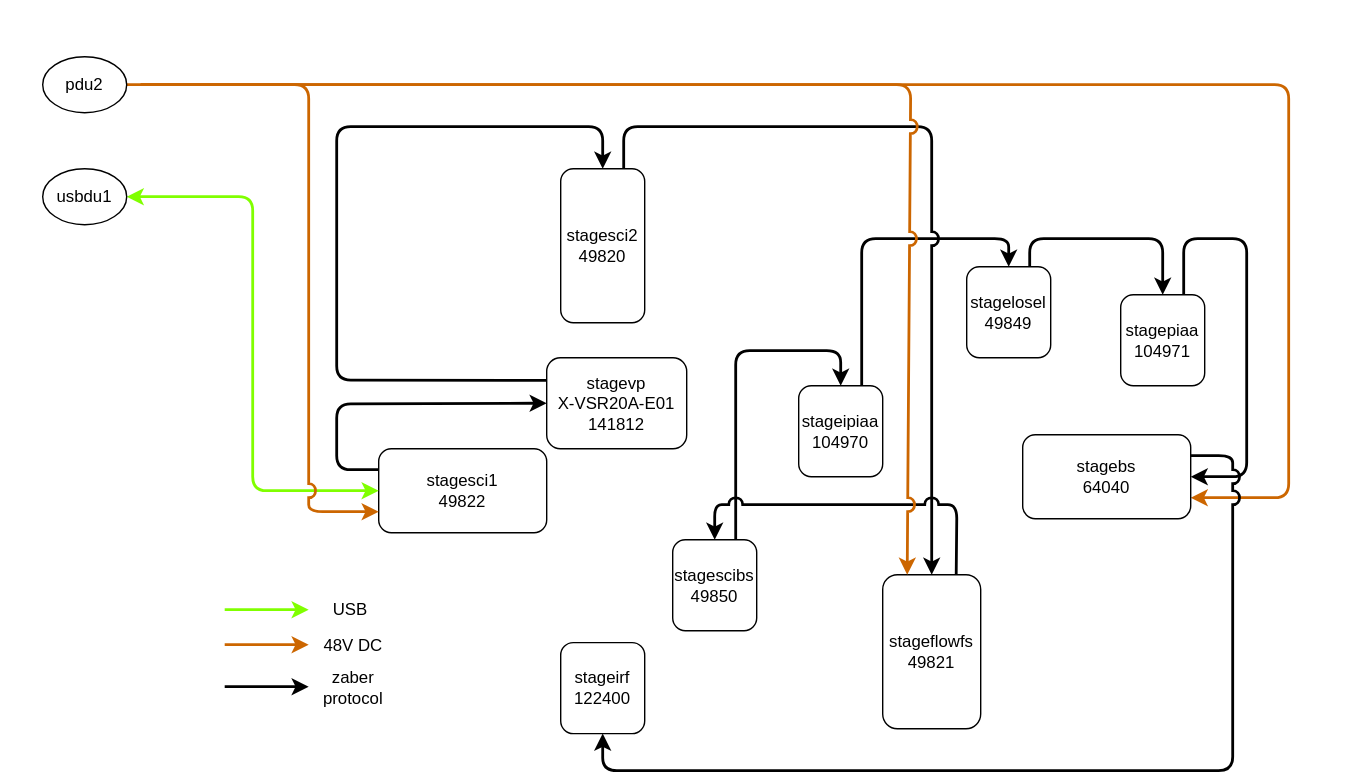
Before: maintenance/electronics/figures/zaber_connections.svg, a diagram exported from draw.io (magao-x/handbook). Source tidied: cells renumbered, new cells last; positions are measured from the earlier drawing's top-left corner, leaving out a move shared by most shapes.
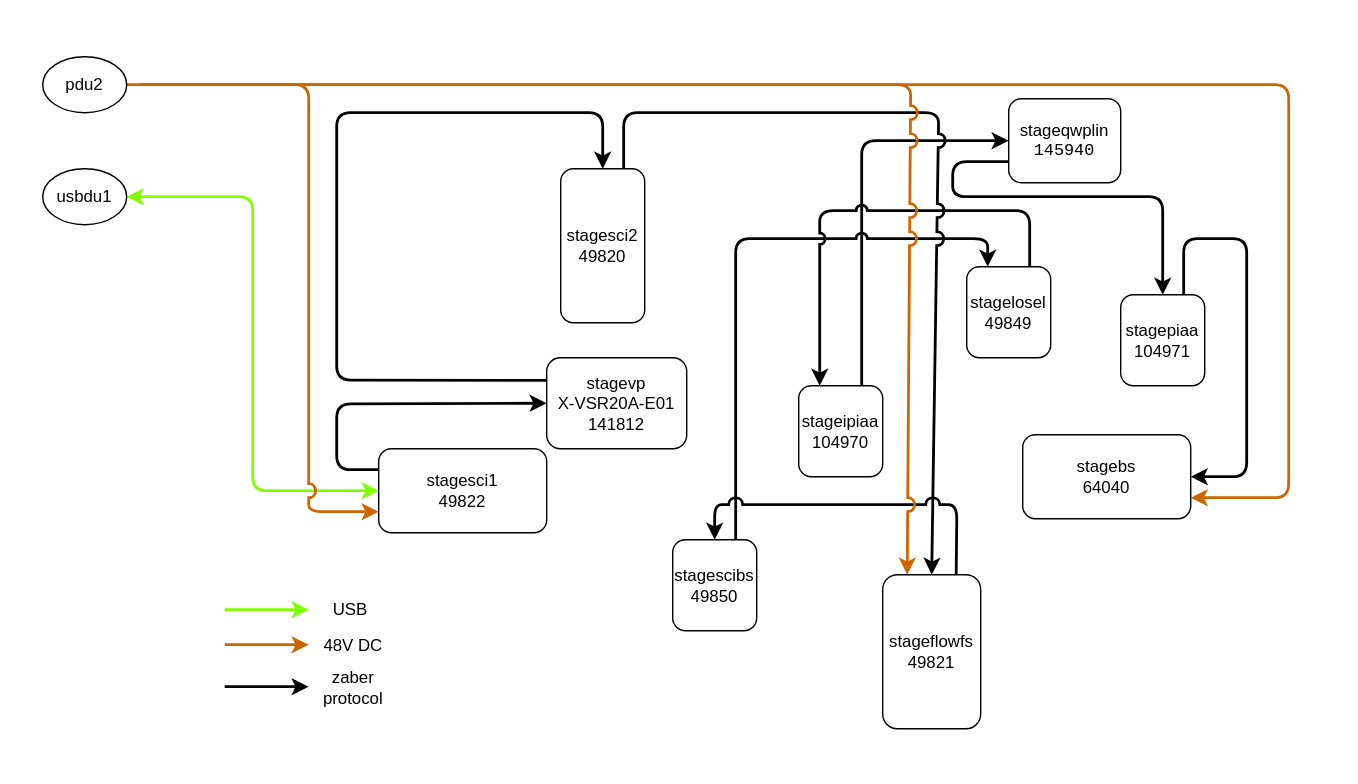
The same diagram one commit later.

Commit message:
updated zaber diagram

What changed in the source:
```diff
@@ -23,42 +23,42 @@
       <mxGeometry relative="1" as="geometry">
         <Array as="points">
           <mxPoint x="240" y="271" />
-          <mxPoint x="240" y="90" />
-          <mxPoint x="330" y="90" />
-          <mxPoint x="430" y="90" />
+          <mxPoint x="240" y="80" />
+          <mxPoint x="430" y="80" />
         </Array>
       </mxGeometry>
     </mxCell>
     <mxCell id="7" value="stageflowfs&lt;div&gt;&lt;font style=&quot;color: light-dark(rgb(0, 0, 0), rgb(0, 0, 0));&quot;&gt;49821&lt;/font&gt;&lt;/div&gt;" style="rounded=1;whiteSpace=wrap;html=1;strokeColor=light-dark(#000000,#000000);fontColor=light-dark(#000000,#000000);fillColor=light-dark(#FFFFFF,#FFFFFF);" parent="1" vertex="1">
       <mxGeometry x="630" y="410" width="70" height="110" as="geometry" />
     </mxCell>
-    <mxCell id="8" style="edgeStyle=none;html=1;exitX=0.75;exitY=0;exitDx=0;exitDy=0;entryX=0.5;entryY=0;entryDx=0;entryDy=0;jumpStyle=arc;jumpSize=8;strokeWidth=2;strokeColor=light-dark(#000000,#000000);" parent="1" edge="1" source="9" target="13">
+    <mxCell id="8" style="edgeStyle=none;html=1;exitX=0.75;exitY=0;exitDx=0;exitDy=0;entryX=0;entryY=0.5;entryDx=0;entryDy=0;jumpStyle=arc;jumpSize=8;strokeWidth=2;strokeColor=light-dark(#000000,#000000);" parent="1" edge="1" source="9" target="34">
       <mxGeometry relative="1" as="geometry">
         <Array as="points">
           <mxPoint x="615" y="170" />
-          <mxPoint x="720" y="170" />
+          <mxPoint x="615" y="100" />
         </Array>
       </mxGeometry>
     </mxCell>
     <mxCell id="9" value="stageipiaa&lt;div&gt;&lt;font style=&quot;color: light-dark(rgb(0, 0, 0), rgb(0, 0, 0));&quot;&gt;104970&lt;/font&gt;&lt;/div&gt;" style="rounded=1;whiteSpace=wrap;html=1;strokeColor=light-dark(#000000,#000000);fontColor=light-dark(#000000,#000000);fillColor=light-dark(#FFFFFF,#FFFFFF);" parent="1" vertex="1">
       <mxGeometry x="570" y="275" width="60" height="65" as="geometry" />
     </mxCell>
-    <mxCell id="10" style="edgeStyle=none;html=1;exitX=0.75;exitY=0;exitDx=0;exitDy=0;entryX=0.5;entryY=0;entryDx=0;entryDy=0;strokeWidth=2;strokeColor=light-dark(#000000,#000000);" parent="1" edge="1" source="11" target="9">
+    <mxCell id="10" style="edgeStyle=none;html=1;exitX=0.75;exitY=0;exitDx=0;exitDy=0;entryX=0.25;entryY=0;entryDx=0;entryDy=0;strokeWidth=2;strokeColor=light-dark(#000000,#000000);jumpStyle=arc;" parent="1" edge="1" source="11" target="13">
       <mxGeometry relative="1" as="geometry">
         <Array as="points">
           <mxPoint x="525" y="250" />
-          <mxPoint x="600" y="250" />
+          <mxPoint x="525" y="170" />
+          <mxPoint x="705" y="170" />
         </Array>
       </mxGeometry>
     </mxCell>
     <mxCell id="11" value="stagescibs&lt;div&gt;&lt;font style=&quot;color: light-dark(rgb(0, 0, 0), rgb(0, 0, 0));&quot;&gt;49850&lt;/font&gt;&lt;/div&gt;" style="rounded=1;whiteSpace=wrap;html=1;strokeColor=light-dark(#000000,#000000);fontColor=light-dark(#000000,#000000);fillColor=light-dark(#FFFFFF,#FFFFFF);" parent="1" vertex="1">
       <mxGeometry x="480" y="385" width="60" height="65" as="geometry" />
     </mxCell>
-    <mxCell id="12" style="edgeStyle=none;html=1;exitX=0.75;exitY=0;exitDx=0;exitDy=0;entryX=0.5;entryY=0;entryDx=0;entryDy=0;strokeWidth=2;strokeColor=light-dark(#000000,#000000);" parent="1" edge="1" source="13" target="15">
+    <mxCell id="12" style="edgeStyle=none;html=1;exitX=0.75;exitY=0;exitDx=0;exitDy=0;entryX=0.25;entryY=0;entryDx=0;entryDy=0;strokeWidth=2;strokeColor=light-dark(#000000,#000000);jumpStyle=arc;" parent="1" edge="1" source="13" target="9">
       <mxGeometry relative="1" as="geometry">
         <Array as="points">
-          <mxPoint x="735" y="170" />
-          <mxPoint x="830" y="170" />
+          <mxPoint x="735" y="150" />
+          <mxPoint x="585" y="150" />
         </Array>
       </mxGeometry>
     </mxCell>
@@ -80,8 +80,8 @@
     <mxCell id="16" style="endArrow=classic;html=1;exitX=0.75;exitY=0;exitDx=0;exitDy=0;entryX=0.5;entryY=0;entryDx=0;entryDy=0;jumpStyle=arc;jumpSize=8;strokeWidth=2;strokeColor=light-dark(#000000,#000000);" parent="1" edge="1" source="5" target="7">
       <mxGeometry relative="1" as="geometry">
         <Array as="points">
-          <mxPoint x="445" y="90" />
-          <mxPoint x="665" y="90" />
+          <mxPoint x="445" y="80" />
+          <mxPoint x="670" y="80" />
         </Array>
       </mxGeometry>
     </mxCell>
@@ -166,17 +166,17 @@
         </Array>
       </mxGeometry>
     </mxCell>
-    <mxCell id="32" value="&lt;font style=&quot;color: light-dark(rgb(0, 0, 0), rgb(0, 0, 0));&quot;&gt;stageirf&lt;/font&gt;&lt;div&gt;&lt;font style=&quot;color: light-dark(rgb(0, 0, 0), rgb(0, 0, 0));&quot;&gt;122400&lt;/font&gt;&lt;/div&gt;" style="rounded=1;whiteSpace=wrap;html=1;strokeColor=light-dark(#000000,#000000);fontColor=light-dark(#000000,#000000);fillColor=light-dark(#FFFFFF,#FFFFFF);" parent="1" vertex="1">
-      <mxGeometry x="400" y="458.5" width="60" height="65" as="geometry" />
-    </mxCell>
-    <mxCell id="33" style="edgeStyle=none;html=1;exitX=1;exitY=0.25;exitDx=0;exitDy=0;strokeWidth=2;strokeColor=light-dark(#000000,#000000);entryX=0.5;entryY=1;entryDx=0;entryDy=0;jumpStyle=arc;jumpSize=8;" parent="1" edge="1" source="29" target="32">
-      <mxGeometry relative="1" as="geometry">
-        <Array as="points">
-          <mxPoint x="880" y="325" />
-          <mxPoint x="880" y="550" />
-          <mxPoint x="430" y="550" />
-        </Array>
-      </mxGeometry>
-    </mxCell>
+    <mxCell id="34" value="stageqwplin&lt;div&gt;&lt;span style=&quot;font-family:monospace&quot;&gt;&lt;span&gt;&lt;font style=&quot;color: light-dark(rgb(0, 0, 0), rgb(0, 0, 0));&quot;&gt;145940&lt;/font&gt;&lt;/span&gt;&lt;br&gt;&lt;/span&gt;&lt;/div&gt;" style="rounded=1;whiteSpace=wrap;html=1;strokeColor=light-dark(#000000,#000000);fontColor=light-dark(#000000,#000000);fillColor=light-dark(#FFFFFF,#FFFFFF);" parent="1" vertex="1">
+      <mxGeometry x="720" y="70" width="80" height="60" as="geometry" />
+    </mxCell>
+    <mxCell id="35" style="edgeStyle=none;html=1;exitX=0;exitY=0.75;exitDx=0;exitDy=0;entryX=0.5;entryY=0;entryDx=0;entryDy=0;jumpStyle=arc;jumpSize=8;strokeWidth=2;strokeColor=light-dark(#000000,#000000);" parent="1" edge="1" source="34" target="15">
+      <mxGeometry relative="1" as="geometry">
+        <Array as="points">
+          <mxPoint x="680" y="115" />
+          <mxPoint x="680" y="140" />
+          <mxPoint x="830" y="140" />
+        </Array>
+      </mxGeometry>
+    </mxCell>
   </root>
 </mxGraphModel>
```
